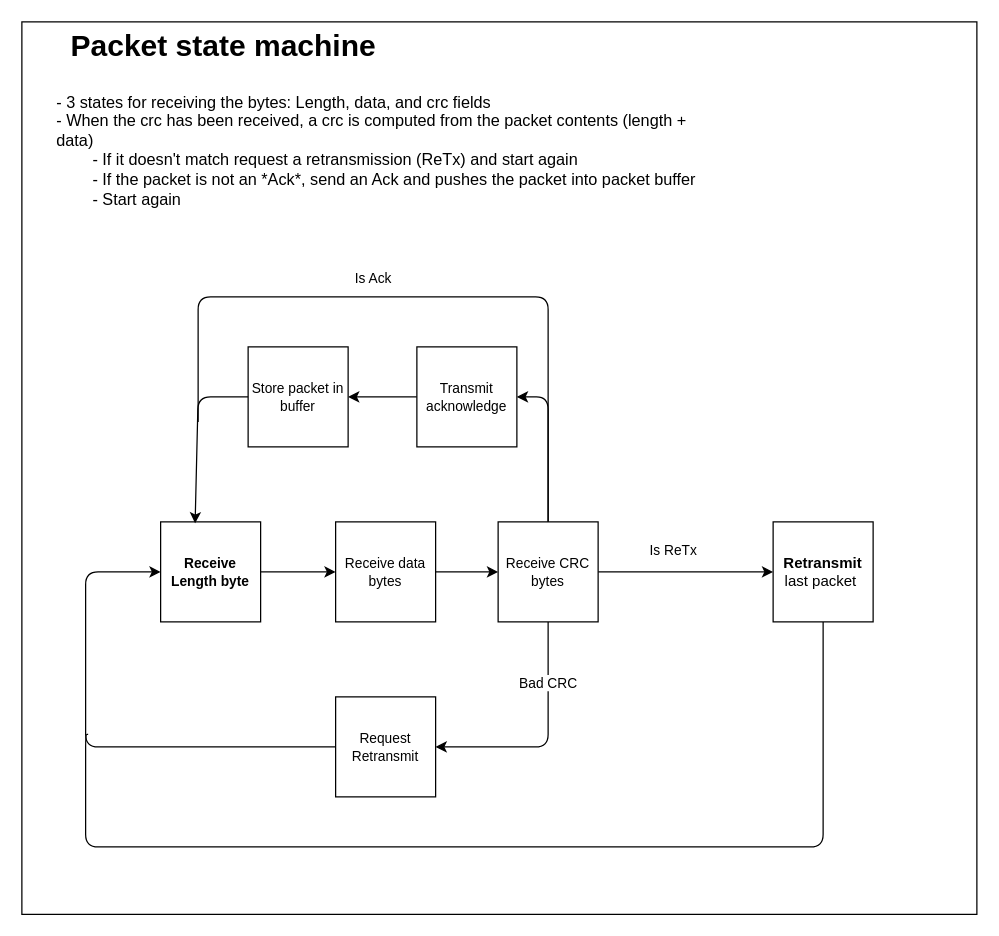
Above: page "Packet State machine" (5 of 6) of Plan/diagrams.drawio in joveiga-dev/Blinky-to-Bootloader (draw.io), before the change. Source tidied: cells renumbered, new cells numbered last; positions are measured from the earlier drawing's top-left corner, leaving out a move shared by most shapes. Both pictures are drawn from the tidied source at 125%, with x=0, y=0 at pixel (21, 21).
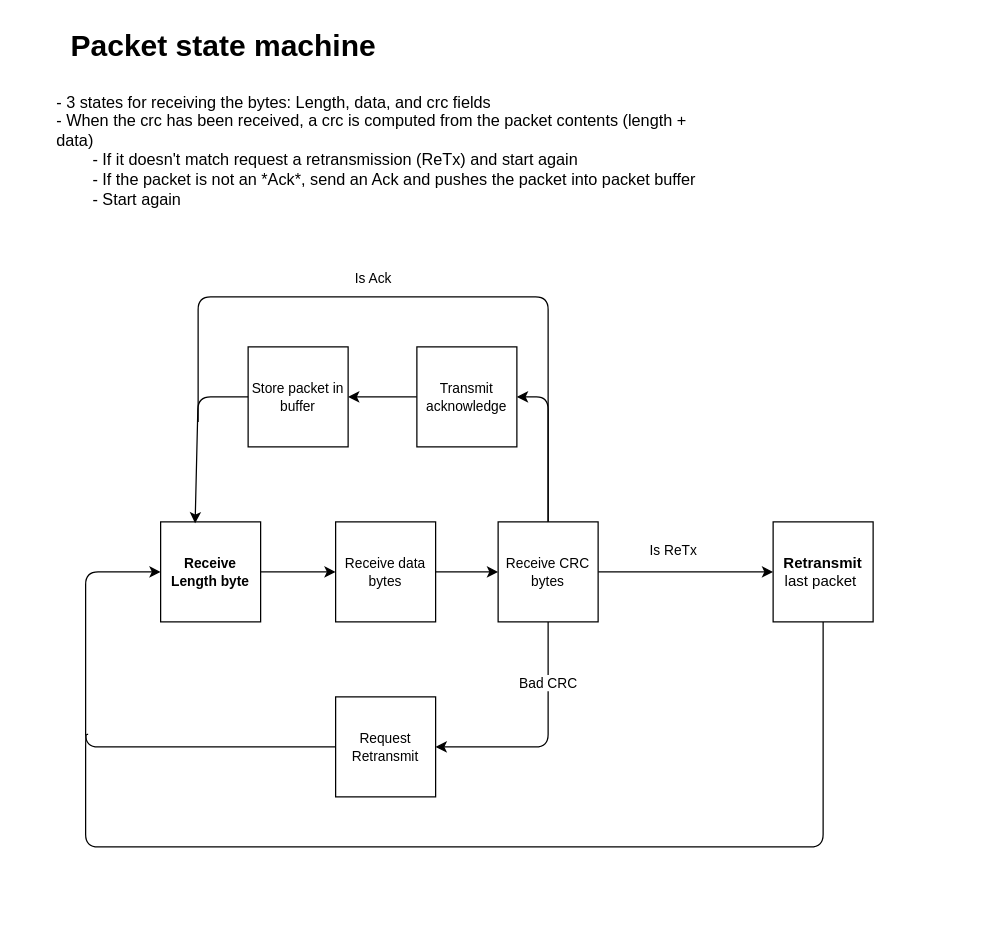
Above is the later version.

What changed in the source:
```diff
@@
-    <mxCell id="25" style="rounded=0;whiteSpace=wrap;html=1;fillColor=none;" parent="1" vertex="1">
-      <mxGeometry width="764" height="714" as="geometry" />
-    </mxCell>
```
